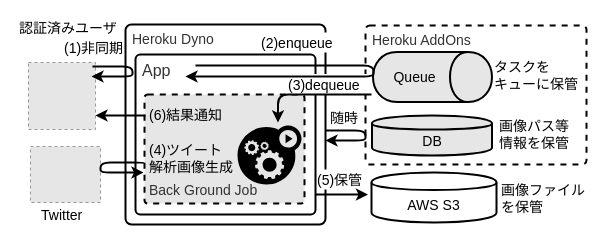
This is images/chap05/0053_CompleteHeroku.drawio from a6s-cloud/grouscope-books, a draw.io file, before an edit. Source tidied: cells renumbered, new cells numbered last; positions are measured from the earlier drawing's top-left corner, leaving out a move shared by most shapes. Both pictures are drawn from the tidied source at 100%, with x=0, y=0 at pixel (17, 17). Pictures stored in the file or linked from it are replaced by grey dashed boxes.
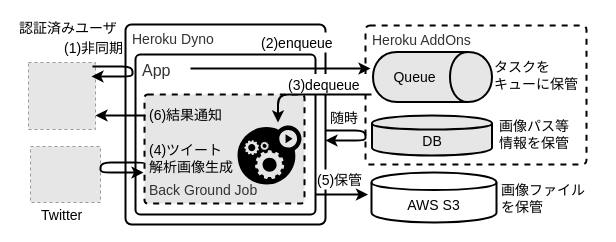
After the change.

Commit message (it also covers changes not shown here):
矢印が間違っていたので修正

Change to the diagram source:
```diff
@@
-    <mxCell id="30" style="edgeStyle=segmentEdgeStyle;endArrow=classic;html=1;strokeWidth=2;fontSize=14;" parent="1" edge="1">
-      <mxGeometry relative="1" as="geometry">
-        <mxPoint x="178" y="48" as="sourcePoint" />
-        <mxPoint x="168" y="59" as="targetPoint" />
-        <Array as="points">
-          <mxPoint x="356" y="48.5" />
-          <mxPoint x="356" y="58.5" />
-        </Array>
-      </mxGeometry>
-    </mxCell>
+    <mxCell id="31" style="endArrow=classic;html=1;strokeColor=#000000;strokeWidth=2;" parent="1" edge="1">
+      <mxGeometry relative="1" as="geometry">
+        <mxPoint x="173" y="51" as="sourcePoint" />
+        <mxPoint x="353" y="51" as="targetPoint" />
+      </mxGeometry>
+    </mxCell>
```
